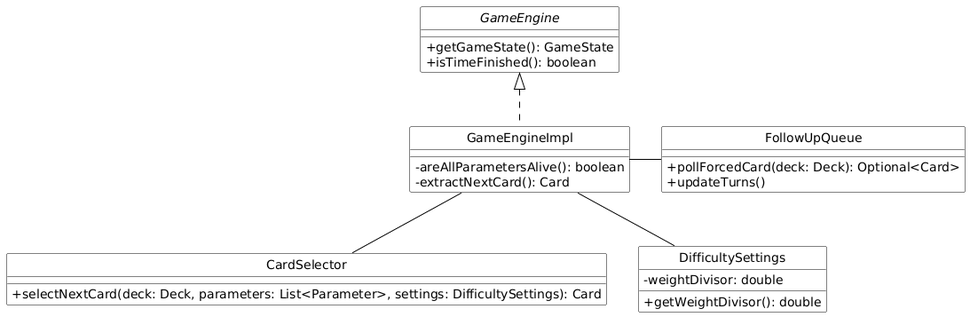
unibo-oop-projects/OOP25-FedericoLocate-MarioGiuseppeC-MarioGiuseppeC-PietroDapporto-MarioConventi-NikitaPiraino-Aurea keeps this PlantUML diagram as docs/img/pilastro1_estrazione.png. Above is the earlier version.
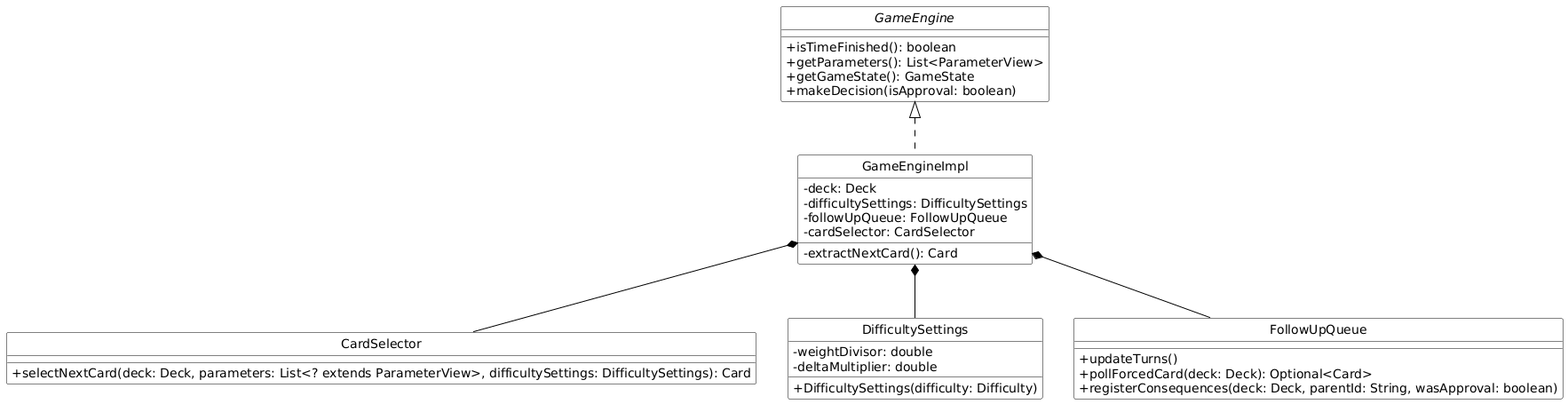
The same diagram one commit later.

What changed in the source:
```diff
@@ -1,39 +1,50 @@
 @startuml
 skinparam backgroundcolor white
+skinparam shadowing false
 skinparam classAttributeIconSize 0
+
 skinparam class {
     BackgroundColor white
     ArrowColor black
     BorderColor black
 }
+
 hide circle
 
 interface GameEngine {
+    + isTimeFinished(): boolean
+    + getParameters(): List<ParameterView>
     + getGameState(): GameState
-    + isTimeFinished(): boolean
+    + makeDecision(isApproval: boolean)
 }
 
 class GameEngineImpl {
-    - areAllParametersAlive(): boolean
+    - deck: Deck
+    - difficultySettings: DifficultySettings
+    - followUpQueue: FollowUpQueue
+    - cardSelector: CardSelector
     - extractNextCard(): Card
 }
 
-class FollowUpQueue {
-    + pollForcedCard(deck: Deck): Optional<Card>
-    + updateTurns()
-}
-
 class CardSelector {
-    + selectNextCard(deck: Deck, parameters: List<Parameter>, settings: DifficultySettings): Card
+    + selectNextCard(deck: Deck, parameters: List<? extends ParameterView>, difficultySettings: DifficultySettings): Card
 }
 
 class DifficultySettings {
     - weightDivisor: double
-    + getWeightDivisor(): double
+    - deltaMultiplier: double
+    + DifficultySettings(difficulty: Difficulty)
+}
+
+class FollowUpQueue {
+    + updateTurns()
+    + pollForcedCard(deck: Deck): Optional<Card>
+    + registerConsequences(deck: Deck, parentId: String, wasApproval: boolean)
 }
 
 GameEngine <|.. GameEngineImpl
-GameEngineImpl -right- FollowUpQueue
-GameEngineImpl -- CardSelector
-GameEngineImpl -- DifficultySettings
+
+GameEngineImpl *-- CardSelector
+GameEngineImpl *-- DifficultySettings
+GameEngineImpl *-- FollowUpQueue
 @enduml
```
